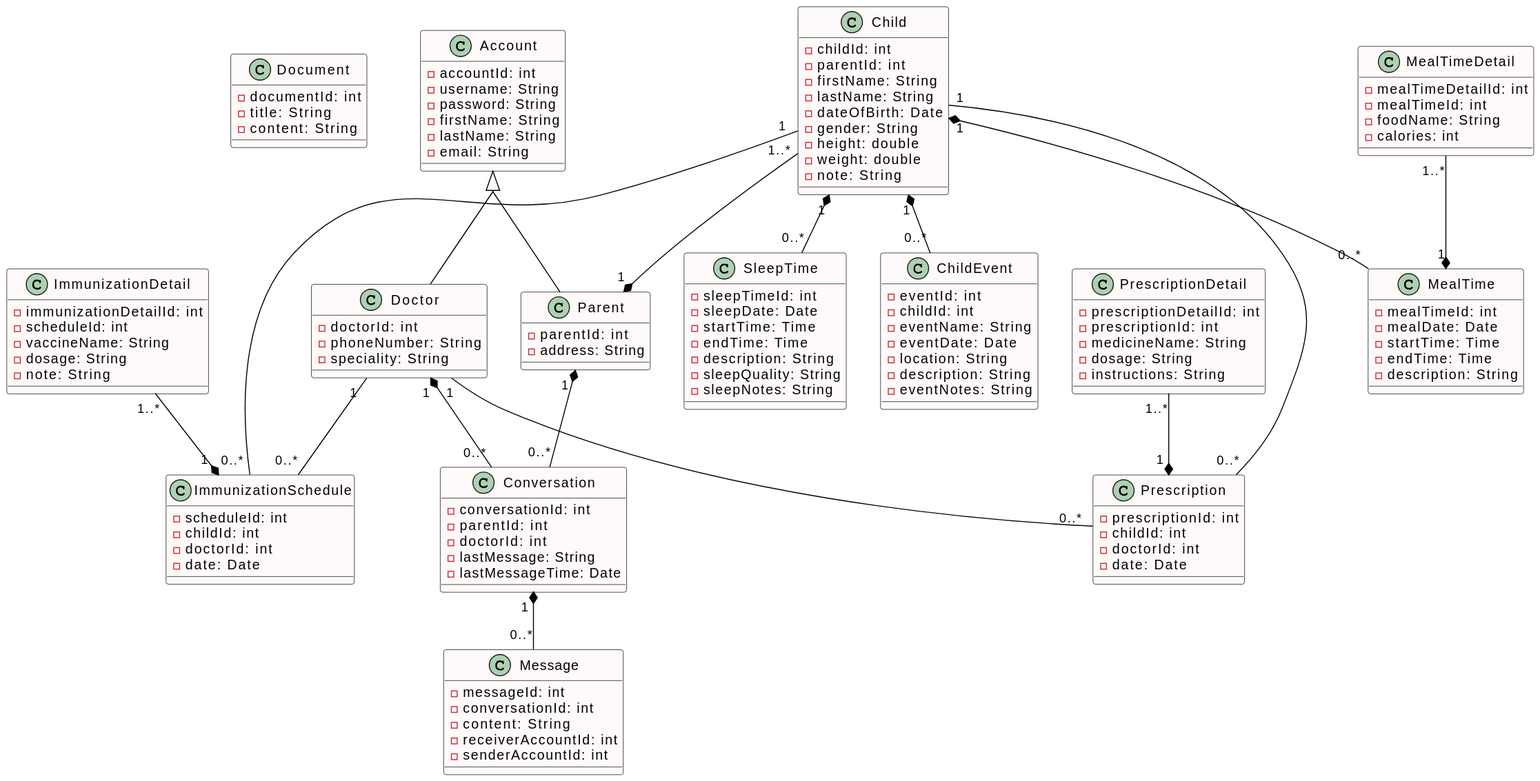
This is Lab 1/Lab 1.2/Class/ClassDiagram.svg from thanhpt1110/SE357-Pratice-class, a PlantUML export, as it was before one commit. The source it was exported from:
```plantuml
@startuml
skinparam class {
    BackgroundColor Snow
    BorderColor Black
    ArrowColor Black
}
skinparam groupInheritance 2

class Document {
    - documentId: int
    - title: String
    - content: String
}

class Account {
    - accountId: int
    - username: String
    - password: String
    - firstName: String
    - lastName: String
    - email: String
}

class Parent {
    - parentId: int
    - address: String
}

class Doctor {
    - doctorId: int
    - phoneNumber: String
    - speciality: String
}

Account <|-- Parent
Account <|-- Doctor

class Child {
    - childId: int
    - parentId: int
    - firstName: String
    - lastName: String
    - dateOfBirth: Date
    - gender: String
    - height: double
    - weight: double
    - note: String
}

class Prescription {
    - prescriptionId: int
    - childId: int
    - doctorId: int
    - date: Date
}

class PrescriptionDetail {
    - prescriptionDetailId: int
    - prescriptionId: int
    - medicineName: String
    - dosage: String
    - instructions: String
}

class ImmunizationSchedule {
    - scheduleId: int
    - childId: int
    - doctorId: int
    - date: Date
}

class ImmunizationDetail {
    - immunizationDetailId: int
    - scheduleId: int
    - vaccineName: String
    - dosage: String
    - note: String
}

class MealTime {
    - mealTimeId: int
    - mealDate: Date
    - startTime: Time
    - endTime: Time
    - description: String
}

class MealTimeDetail {
    - mealTimeDetailId: int
    - mealTimeId: int
    - foodName: String
    - calories: int
}

class SleepTime {
    - sleepTimeId: int
    - sleepDate: Date
    - startTime: Time
    - endTime: Time
    - description: String
    - sleepQuality: String
    - sleepNotes: String
}

class ChildEvent {
    - eventId: int
    - childId: int
    - eventName: String
    - eventDate: Date
    - location: String
    - description: String
    - eventNotes: String
}

class Conversation {
    - conversationId: int
    - parentId: int
    - doctorId: int
    - lastMessage: String
    - lastMessageTime: Date
}

class Message {
    - messageId: int
    - conversationId: int
    - content: String
    - receiverAccountId: int
    - senderAccountId: int
}

Child "1..*" --* "1 " Parent

Child "1 " -- "0..* " Prescription
Doctor "1 " -- "0..* " Prescription
PrescriptionDetail "1..*" --* "1 " Prescription

Child "1 " -- "0..* " ImmunizationSchedule
Doctor "1 " -- "0..* " ImmunizationSchedule
ImmunizationDetail "1..*" --* "1 " ImmunizationSchedule

Child "1" *-- "0..*" ChildEvent

Child "1" *-- "0..*" SleepTime

Child "1 " *-- "0..*" MealTime
MealTimeDetail "1..*" --* "1" MealTime

Parent "1 " *-- "0..*" Conversation
Doctor "1 " *-- "0..*" Conversation
Conversation "1 " *-- "0..*" Message
@enduml
```
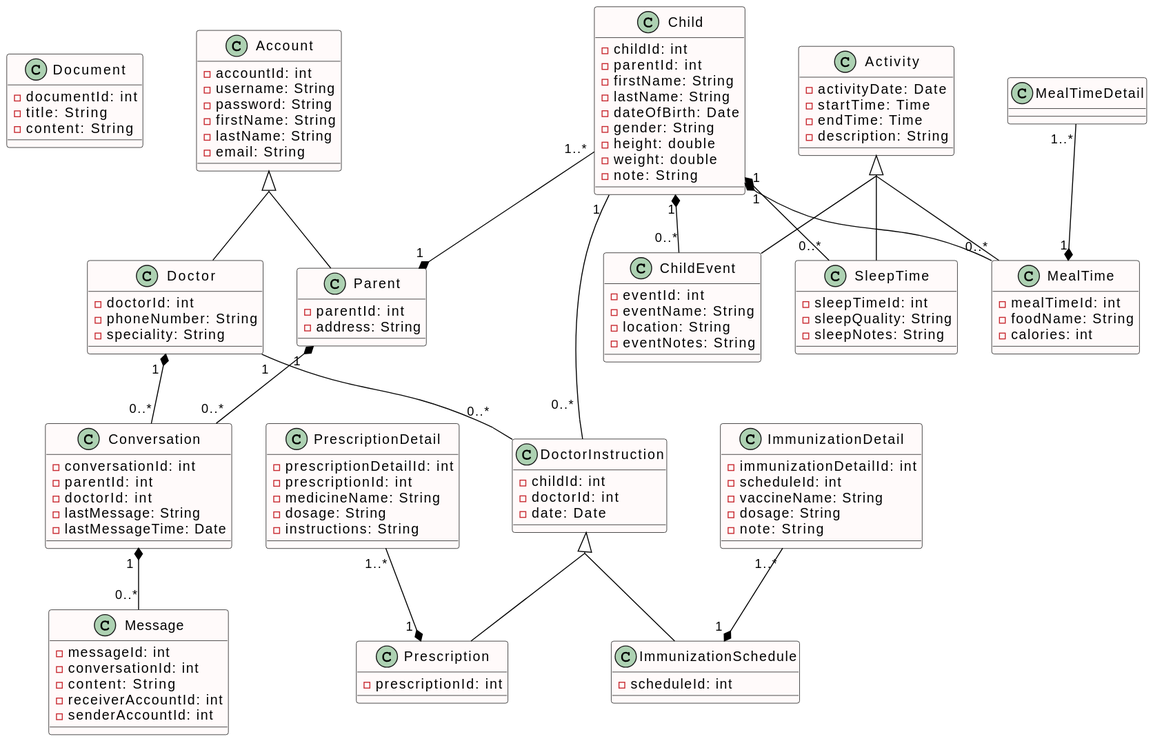
After the change.

Commit message:
Update ClassDiagram after Reviewing Lab1

The edit, as a diff of the source:
```diff
@@ -47,11 +47,14 @@
     - note: String
 }
 
-class Prescription {
-    - prescriptionId: int
+class DoctorInstruction {
     - childId: int
     - doctorId: int
     - date: Date
+}
+
+class Prescription {
+    - prescriptionId: int
 }
 
 class PrescriptionDetail {
@@ -64,9 +67,6 @@
 
 class ImmunizationSchedule {
     - scheduleId: int
-    - childId: int
-    - doctorId: int
-    - date: Date
 }
 
 class ImmunizationDetail {
@@ -77,16 +77,17 @@
     - note: String
 }
 
-class MealTime {
-    - mealTimeId: int
-    - mealDate: Date
+DoctorInstruction <|-- Prescription
+DoctorInstruction <|-- ImmunizationSchedule
+
+class Activity {
+    - activityDate: Date
     - startTime: Time
     - endTime: Time
     - description: String
 }
 
-class MealTimeDetail {
-    - mealTimeDetailId: int
+class MealTime {
     - mealTimeId: int
     - foodName: String
     - calories: int
@@ -94,23 +95,20 @@
 
 class SleepTime {
     - sleepTimeId: int
-    - sleepDate: Date
-    - startTime: Time
-    - endTime: Time
-    - description: String
     - sleepQuality: String
     - sleepNotes: String
 }
 
 class ChildEvent {
     - eventId: int
-    - childId: int
     - eventName: String
-    - eventDate: Date
     - location: String
-    - description: String
     - eventNotes: String
 }
+
+Activity <|-- MealTime
+Activity <|-- SleepTime
+Activity <|-- ChildEvent
 
 class Conversation {
     - conversationId: int
@@ -130,12 +128,9 @@
 
 Child "1..*" --* "1 " Parent
 
-Child "1 " -- "0..* " Prescription
-Doctor "1 " -- "0..* " Prescription
+Child "1 " -- "0..* " DoctorInstruction
+Doctor "1 " -- "0..* " DoctorInstruction
 PrescriptionDetail "1..*" --* "1 " Prescription
-
-Child "1 " -- "0..* " ImmunizationSchedule
-Doctor "1 " -- "0..* " ImmunizationSchedule
 ImmunizationDetail "1..*" --* "1 " ImmunizationSchedule
 
 Child "1" *-- "0..*" ChildEvent
```
